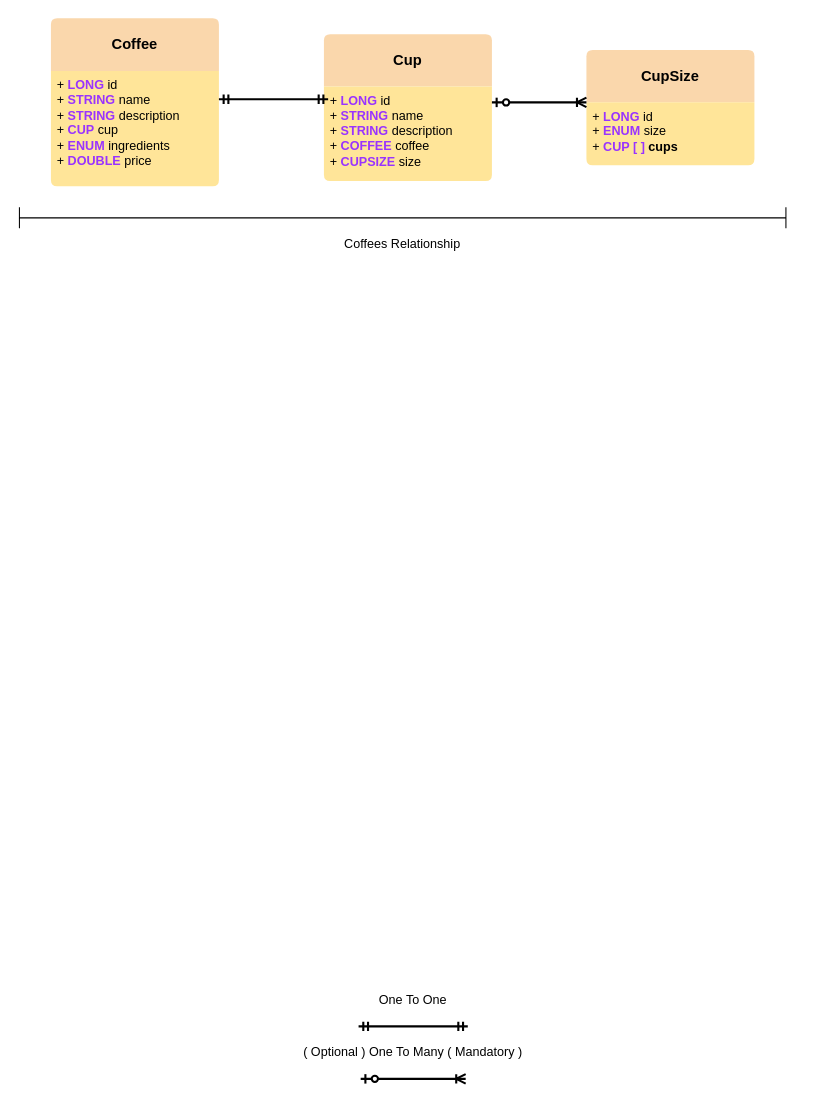
Earlier version of the draw.io diagram coffee-api-diagram.drawio (SavioHaistem/Coffee-api). Source tidied: cells renumbered, new cells numbered last; positions are measured from the earlier drawing's top-left corner, leaving out a move shared by most shapes. Both pictures are drawn from the tidied source at 105%, with x=0, y=0 at pixel (19, -161).
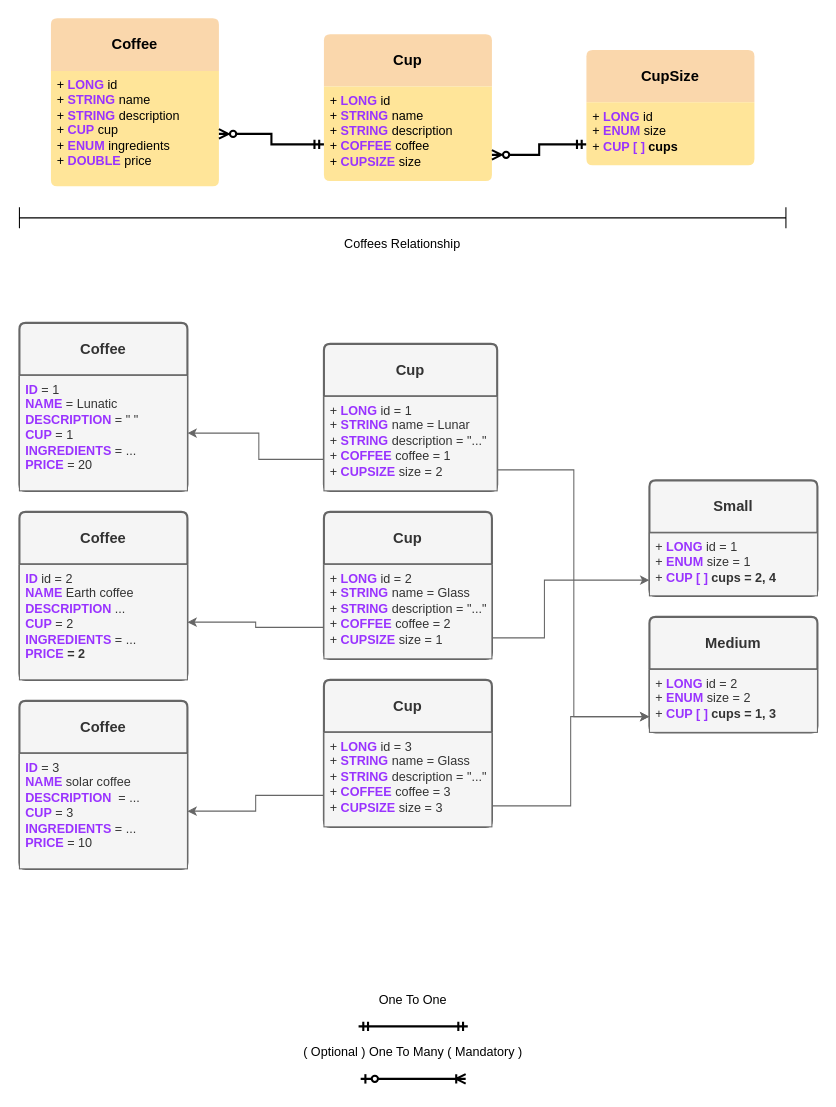
The same diagram, later.

Commit message:
refactor: diagram relationship

Unchanged cells that the change refers to:
```xml
<mxCell id="3" value="+ &lt;b&gt;&lt;font color=&quot;#9933ff&quot;&gt;LONG&lt;/font&gt;&lt;/b&gt; id&lt;div&gt;+ &lt;b&gt;&lt;font color=&quot;#9933ff&quot;&gt;STRING&lt;/font&gt;&lt;/b&gt; name&lt;/div&gt;&lt;div&gt;+ &lt;b&gt;&lt;font color=&quot;#9933ff&quot;&gt;STRING&lt;/font&gt;&lt;/b&gt; description&lt;br&gt;+ &lt;font color=&quot;#9933ff&quot;&gt;&lt;b&gt;CUP&lt;/b&gt;&lt;/font&gt; cup&lt;br&gt;+ &lt;b&gt;&lt;font color=&quot;#9933ff&quot;&gt;ENUM&lt;/font&gt;&lt;/b&gt; ingredients&lt;div&gt;+ &lt;b&gt;&lt;font color=&quot;#9933ff&quot;&gt;DOUBLE&lt;/font&gt;&lt;/b&gt; price&lt;/div&gt;&lt;/div&gt;" style="align=left;strokeColor=none;fillColor=none;spacingLeft=4;fontSize=12;verticalAlign=top;html=1;" parent="2" vertex="1">
  <mxGeometry y="50" width="160" height="110" as="geometry" />
</mxCell>
<mxCell id="5" value="+ &lt;b&gt;&lt;font color=&quot;#9933ff&quot;&gt;LONG&lt;/font&gt;&lt;/b&gt; id&lt;div&gt;+ &lt;b&gt;&lt;font color=&quot;#9933ff&quot;&gt;STRING&lt;/font&gt;&lt;/b&gt; name&lt;/div&gt;&lt;div&gt;+ &lt;b&gt;&lt;font color=&quot;#9933ff&quot;&gt;STRING&lt;/font&gt;&lt;/b&gt; description&lt;br&gt;+ &lt;font color=&quot;#9933ff&quot;&gt;&lt;b&gt;COFFEE&lt;/b&gt;&lt;/font&gt;&amp;nbsp;coffee&lt;br&gt;+ &lt;font color=&quot;#9933ff&quot;&gt;&lt;b&gt;CUPSIZE&lt;/b&gt;&lt;/font&gt;&amp;nbsp;size&lt;/div&gt;" style="align=left;strokeColor=none;fillColor=none;spacingLeft=4;fontSize=12;verticalAlign=top;html=1;" parent="4" vertex="1">
  <mxGeometry y="50" width="160" height="90" as="geometry" />
</mxCell>
<mxCell id="6" value="&lt;b&gt;CupSize&lt;/b&gt;" style="swimlane;horizontal=1;startSize=50;rounded=1;fontSize=14;fontStyle=0;strokeWidth=2;shadow=0;dashed=0;align=center;arcSize=4;whiteSpace=wrap;html=1;fillColor=#fad7ac;strokeColor=none;gradientColor=none;swimlaneFillColor=#FFE599;" parent="1" vertex="1">
  <mxGeometry x="540" y="200" width="160" height="110" as="geometry" />
</mxCell>
<mxCell id="7" value="+ &lt;b&gt;&lt;font color=&quot;#9933ff&quot;&gt;LONG&lt;/font&gt;&lt;/b&gt; id&lt;div&gt;+ &lt;b&gt;&lt;font color=&quot;#9933ff&quot;&gt;ENUM&lt;/font&gt;&lt;/b&gt;&amp;nbsp;size&lt;/div&gt;&lt;div&gt;+ &lt;b&gt;&lt;font color=&quot;#9933ff&quot;&gt;CUP [ ]&lt;/font&gt; cups&lt;/b&gt;&lt;/div&gt;" style="align=left;strokeColor=none;fillColor=none;spacingLeft=4;fontSize=12;verticalAlign=top;html=1;" parent="6" vertex="1">
  <mxGeometry y="50" width="160" height="60" as="geometry" />
</mxCell>
```

Change to the diagram source:
```diff
@@
+    <mxCell id="16" style="edgeStyle=orthogonalEdgeStyle;rounded=0;jettySize=auto;html=1;strokeWidth=2;endArrow=ERzeroToMany;endFill=0;startArrow=ERmandOne;startFill=0;" parent="1" edge="1" source="6" target="5">
+      <mxGeometry relative="1" as="geometry">
+        <Array as="points">
+          <mxPoint x="495" y="290" />
+          <mxPoint x="495" y="300" />
+        </Array>
+      </mxGeometry>
+    </mxCell>
@@
-    <mxCell id="8" style="edgeStyle=entityRelationEdgeStyle;fontSize=12;html=1;endArrow=ERoneToMany;startArrow=ERzeroToOne;rounded=0;exitX=1;exitY=0.167;exitDx=0;exitDy=0;entryX=0;entryY=0;entryDx=0;entryDy=0;strokeWidth=2;exitPerimeter=0;" parent="1" edge="1" source="5" target="7">
-      <mxGeometry relative="1" as="geometry">
-        <Array as="points">
-          <mxPoint x="410" y="230" />
-          <mxPoint x="500" y="300" />
-          <mxPoint x="520" y="270" />
-          <mxPoint x="500" y="260" />
-        </Array>
-      </mxGeometry>
-    </mxCell>
@@
-    <mxCell id="11" style="edgeStyle=entityRelationEdgeStyle;fontSize=12;html=1;endArrow=ERmandOne;startArrow=ERmandOne;rounded=0;strokeWidth=2;entryX=0.025;entryY=0.133;entryDx=0;entryDy=0;entryPerimeter=0;" parent="1" edge="1" target="5">
-      <mxGeometry relative="1" as="geometry">
-        <mxPoint x="190" y="247" as="sourcePoint" />
-        <Array as="points">
-          <mxPoint x="220" y="-0.5" />
-        </Array>
-      </mxGeometry>
-    </mxCell>
@@
+    <mxCell id="17" value="&lt;b&gt;Medium&lt;/b&gt;" style="swimlane;horizontal=1;startSize=50;rounded=1;fontSize=14;fontStyle=0;strokeWidth=2;shadow=0;dashed=0;align=center;arcSize=4;whiteSpace=wrap;html=1;fillColor=#f5f5f5;strokeColor=#666666;swimlaneFillColor=#FFE599;fontColor=#333333;" parent="1" vertex="1">
+      <mxGeometry x="600" y="740" width="160" height="110" as="geometry" />
+    </mxCell>
+    <mxCell id="18" value="+ &lt;b&gt;&lt;font color=&quot;#9933ff&quot;&gt;LONG&lt;/font&gt;&lt;/b&gt;&amp;nbsp;id = 2&lt;div&gt;+ &lt;b&gt;&lt;font color=&quot;#9933ff&quot;&gt;ENUM&lt;/font&gt;&lt;/b&gt;&amp;nbsp;size = 2&lt;/div&gt;&lt;div&gt;+ &lt;b&gt;&lt;font color=&quot;#9933ff&quot;&gt;CUP [ ]&lt;/font&gt; cups = 1, 3&lt;/b&gt;&lt;/div&gt;" style="align=left;strokeColor=#666666;fillColor=#f5f5f5;spacingLeft=4;fontSize=12;verticalAlign=top;html=1;fontColor=#333333;" parent="17" vertex="1">
+      <mxGeometry y="50" width="160" height="60" as="geometry" />
+    </mxCell>
+    <mxCell id="19" style="edgeStyle=orthogonalEdgeStyle;rounded=0;jettySize=auto;html=1;strokeWidth=2;startArrow=ERmandOne;startFill=0;endArrow=ERzeroToMany;endFill=0;" parent="1" edge="1" source="5" target="3">
+      <mxGeometry relative="1" as="geometry">
+        <Array as="points">
+          <mxPoint x="240" y="290" />
+          <mxPoint x="240" y="280" />
+        </Array>
+      </mxGeometry>
+    </mxCell>
+    <mxCell id="20" style="edgeStyle=orthogonalEdgeStyle;rounded=0;jettySize=auto;html=1;entryX=0;entryY=0.75;entryDx=0;entryDy=0;fillColor=#f5f5f5;strokeColor=#666666;" parent="1" edge="1" source="22" target="18">
+      <mxGeometry relative="1" as="geometry">
+        <Array as="points">
+          <mxPoint x="528" y="600" />
+          <mxPoint x="528" y="835" />
+        </Array>
+      </mxGeometry>
+    </mxCell>
+    <mxCell id="21" style="edgeStyle=orthogonalEdgeStyle;rounded=0;jettySize=auto;html=1;fillColor=#f5f5f5;strokeColor=#666666;" parent="1" edge="1" source="22" target="34">
+      <mxGeometry relative="1" as="geometry">
+        <Array as="points">
+          <mxPoint x="228" y="590" />
+          <mxPoint x="228" y="565" />
+        </Array>
+      </mxGeometry>
+    </mxCell>
+    <mxCell id="22" value="&lt;b&gt;Cup&lt;/b&gt;" style="swimlane;horizontal=1;startSize=50;rounded=1;fontSize=14;fontStyle=0;strokeWidth=2;shadow=0;dashed=0;align=center;arcSize=4;whiteSpace=wrap;html=1;fillColor=#f5f5f5;strokeColor=#666666;swimlaneFillColor=#FFE599;fontColor=#333333;" parent="1" vertex="1">
+      <mxGeometry x="290" y="480" width="165" height="140" as="geometry" />
+    </mxCell>
+    <mxCell id="23" value="+ &lt;b&gt;&lt;font color=&quot;#9933ff&quot;&gt;LONG&lt;/font&gt;&lt;/b&gt; id = 1&lt;div&gt;+ &lt;b&gt;&lt;font color=&quot;#9933ff&quot;&gt;STRING&lt;/font&gt;&lt;/b&gt; name = Lunar&lt;/div&gt;&lt;div&gt;+ &lt;b&gt;&lt;font color=&quot;#9933ff&quot;&gt;STRING&lt;/font&gt;&lt;/b&gt; description = &quot;...&quot;&lt;br&gt;+ &lt;font color=&quot;#9933ff&quot;&gt;&lt;b&gt;COFFEE&lt;/b&gt;&lt;/font&gt;&amp;nbsp;coffee = 1&lt;br&gt;+ &lt;font color=&quot;#9933ff&quot;&gt;&lt;b&gt;CUPSIZE&lt;/b&gt;&lt;/font&gt;&amp;nbsp;size = 2&lt;/div&gt;" style="align=left;strokeColor=#666666;fillColor=#f5f5f5;spacingLeft=4;fontSize=12;verticalAlign=top;html=1;fontColor=#333333;" parent="22" vertex="1">
+      <mxGeometry y="50" width="165" height="90" as="geometry" />
+    </mxCell>
+    <mxCell id="24" style="edgeStyle=orthogonalEdgeStyle;rounded=0;jettySize=auto;html=1;entryX=0;entryY=0.75;entryDx=0;entryDy=0;fillColor=#f5f5f5;strokeColor=#666666;" parent="1" edge="1" source="25" target="28">
+      <mxGeometry relative="1" as="geometry">
+        <Array as="points">
+          <mxPoint x="500" y="760" />
+          <mxPoint x="500" y="705" />
+        </Array>
+      </mxGeometry>
+    </mxCell>
+    <mxCell id="25" value="&lt;b&gt;Cup&lt;/b&gt;" style="swimlane;horizontal=1;startSize=50;rounded=1;fontSize=14;fontStyle=0;strokeWidth=2;shadow=0;dashed=0;align=center;arcSize=4;whiteSpace=wrap;html=1;fillColor=#f5f5f5;strokeColor=#666666;swimlaneFillColor=#FFE599;fontColor=#333333;" parent="1" vertex="1">
+      <mxGeometry x="290" y="640" width="160" height="140" as="geometry" />
+    </mxCell>
+    <mxCell id="26" value="+ &lt;b&gt;&lt;font color=&quot;#9933ff&quot;&gt;LONG&lt;/font&gt;&lt;/b&gt; id = 2&lt;div&gt;+ &lt;b&gt;&lt;font color=&quot;#9933ff&quot;&gt;STRING&lt;/font&gt;&lt;/b&gt; name = Glass&lt;/div&gt;&lt;div&gt;+ &lt;b&gt;&lt;font color=&quot;#9933ff&quot;&gt;STRING&lt;/font&gt;&lt;/b&gt; description = &quot;...&quot;&lt;br&gt;+ &lt;font color=&quot;#9933ff&quot;&gt;&lt;b&gt;COFFEE&lt;/b&gt;&lt;/font&gt;&amp;nbsp;coffee = 2&lt;br&gt;+ &lt;font color=&quot;#9933ff&quot;&gt;&lt;b&gt;CUPSIZE&lt;/b&gt;&lt;/font&gt;&amp;nbsp;size = 1&lt;/div&gt;" style="align=left;strokeColor=#666666;fillColor=#f5f5f5;spacingLeft=4;fontSize=12;verticalAlign=top;html=1;fontColor=#333333;" parent="25" vertex="1">
+      <mxGeometry y="50" width="160" height="90" as="geometry" />
+    </mxCell>
+    <mxCell id="27" value="&lt;b&gt;Small&lt;/b&gt;" style="swimlane;horizontal=1;startSize=50;rounded=1;fontSize=14;fontStyle=0;strokeWidth=2;shadow=0;dashed=0;align=center;arcSize=4;whiteSpace=wrap;html=1;fillColor=#f5f5f5;strokeColor=#666666;swimlaneFillColor=#FFE599;fontColor=#333333;" parent="1" vertex="1">
+      <mxGeometry x="600" y="610" width="160" height="110" as="geometry" />
+    </mxCell>
+    <mxCell id="28" value="+ &lt;b&gt;&lt;font color=&quot;#9933ff&quot;&gt;LONG&lt;/font&gt;&lt;/b&gt;&amp;nbsp;id = 1&lt;div&gt;+ &lt;b&gt;&lt;font color=&quot;#9933ff&quot;&gt;ENUM&lt;/font&gt;&lt;/b&gt;&amp;nbsp;size = 1&lt;/div&gt;&lt;div&gt;+ &lt;b&gt;&lt;font color=&quot;#9933ff&quot;&gt;CUP [ ]&lt;/font&gt; cups = 2, 4&lt;/b&gt;&lt;/div&gt;" style="align=left;strokeColor=#666666;fillColor=#f5f5f5;spacingLeft=4;fontSize=12;verticalAlign=top;html=1;fontColor=#333333;" parent="27" vertex="1">
+      <mxGeometry y="50" width="160" height="60" as="geometry" />
+    </mxCell>
+    <mxCell id="29" style="edgeStyle=orthogonalEdgeStyle;rounded=0;jettySize=auto;html=1;entryX=0;entryY=0.75;entryDx=0;entryDy=0;fillColor=#f5f5f5;strokeColor=#666666;" parent="1" edge="1" source="31" target="18">
+      <mxGeometry relative="1" as="geometry">
+        <Array as="points">
+          <mxPoint x="525" y="920" />
+          <mxPoint x="525" y="835" />
+        </Array>
+      </mxGeometry>
+    </mxCell>
+    <mxCell id="30" style="edgeStyle=orthogonalEdgeStyle;rounded=0;jettySize=auto;html=1;fillColor=#f5f5f5;strokeColor=#666666;" parent="1" edge="1" source="31" target="38">
+      <mxGeometry relative="1" as="geometry">
+        <Array as="points">
+          <mxPoint x="225" y="910" />
+          <mxPoint x="225" y="925" />
+        </Array>
+      </mxGeometry>
+    </mxCell>
+    <mxCell id="31" value="&lt;b&gt;Cup&lt;/b&gt;" style="swimlane;horizontal=1;startSize=50;rounded=1;fontSize=14;fontStyle=0;strokeWidth=2;shadow=0;dashed=0;align=center;arcSize=4;whiteSpace=wrap;html=1;fillColor=#f5f5f5;strokeColor=#666666;swimlaneFillColor=#FFE599;fontColor=#333333;" parent="1" vertex="1">
+      <mxGeometry x="290" y="800" width="160" height="140" as="geometry" />
+    </mxCell>
+    <mxCell id="32" value="+ &lt;b&gt;&lt;font color=&quot;#9933ff&quot;&gt;LONG&lt;/font&gt;&lt;/b&gt; id = 3&lt;div&gt;+ &lt;b&gt;&lt;font color=&quot;#9933ff&quot;&gt;STRING&lt;/font&gt;&lt;/b&gt; name = Glass&lt;/div&gt;&lt;div&gt;+ &lt;b&gt;&lt;font color=&quot;#9933ff&quot;&gt;STRING&lt;/font&gt;&lt;/b&gt; description = &quot;...&quot;&lt;br&gt;+ &lt;font color=&quot;#9933ff&quot;&gt;&lt;b&gt;COFFEE&lt;/b&gt;&lt;/font&gt;&amp;nbsp;coffee = 3&lt;br&gt;+ &lt;font color=&quot;#9933ff&quot;&gt;&lt;b&gt;CUPSIZE&lt;/b&gt;&lt;/font&gt;&amp;nbsp;size = 3&lt;/div&gt;" style="align=left;strokeColor=#666666;fillColor=#f5f5f5;spacingLeft=4;fontSize=12;verticalAlign=top;html=1;fontColor=#333333;" parent="31" vertex="1">
+      <mxGeometry y="50" width="160" height="90" as="geometry" />
+    </mxCell>
+    <mxCell id="33" value="&lt;b&gt;Coffee&lt;/b&gt;" style="swimlane;horizontal=1;startSize=50;rounded=1;fontSize=14;fontStyle=0;strokeWidth=2;shadow=0;dashed=0;align=center;arcSize=4;whiteSpace=wrap;html=1;fillColor=#f5f5f5;strokeColor=#666666;swimlaneFillColor=#FFE599;fontColor=#333333;" parent="1" vertex="1">
+      <mxGeometry y="460" width="160" height="160" as="geometry" />
+    </mxCell>
+    <mxCell id="34" value="&lt;font color=&quot;#9933ff&quot;&gt;&lt;b&gt;ID&lt;/b&gt;&lt;/font&gt;&amp;nbsp;= 1&lt;div&gt;&lt;b&gt;&lt;font color=&quot;#9933ff&quot;&gt;NAME&lt;/font&gt;&lt;/b&gt;&amp;nbsp;= Lunatic&lt;/div&gt;&lt;div&gt;&lt;b&gt;&lt;font color=&quot;#9933ff&quot;&gt;DESCRIPTION&lt;/font&gt;&lt;/b&gt;&amp;nbsp;= &quot; &quot;&lt;br&gt;&lt;font color=&quot;#9933ff&quot;&gt;&lt;b&gt;CUP&lt;/b&gt;&lt;/font&gt;&amp;nbsp;= 1&lt;br&gt;&lt;b&gt;&lt;font color=&quot;#9933ff&quot;&gt;INGREDIENTS&lt;/font&gt;&lt;/b&gt;&amp;nbsp;= ...&lt;div&gt;&lt;b&gt;&lt;font color=&quot;#9933ff&quot;&gt;PRICE&lt;/font&gt;&lt;/b&gt;&amp;nbsp;= 20&lt;/div&gt;&lt;/div&gt;" style="align=left;strokeColor=#666666;fillColor=#f5f5f5;spacingLeft=4;fontSize=12;verticalAlign=top;html=1;fontColor=#333333;" parent="33" vertex="1">
+      <mxGeometry y="50" width="160" height="110" as="geometry" />
+    </mxCell>
+    <mxCell id="35" value="&lt;b&gt;Coffee&lt;/b&gt;" style="swimlane;horizontal=1;startSize=50;rounded=1;fontSize=14;fontStyle=0;strokeWidth=2;shadow=0;dashed=0;align=center;arcSize=4;whiteSpace=wrap;html=1;fillColor=#f5f5f5;strokeColor=#666666;swimlaneFillColor=#FFE599;fontColor=#333333;" parent="1" vertex="1">
+      <mxGeometry y="640" width="160" height="160" as="geometry" />
+    </mxCell>
+    <mxCell id="36" value="&lt;b&gt;&lt;font color=&quot;#9933ff&quot;&gt;ID&lt;/font&gt;&lt;/b&gt; id = 2&lt;div&gt;&lt;b&gt;&lt;font color=&quot;#9933ff&quot;&gt;NAME&lt;/font&gt;&lt;/b&gt;&amp;nbsp;Earth coffee&lt;/div&gt;&lt;div&gt;&lt;b&gt;&lt;font color=&quot;#9933ff&quot;&gt;DESCRIPTION&lt;/font&gt;&lt;/b&gt; ...&lt;br&gt;&lt;font color=&quot;#9933ff&quot;&gt;&lt;b&gt;CUP&lt;/b&gt;&lt;/font&gt;&amp;nbsp;= 2&lt;br&gt;&lt;b&gt;&lt;font color=&quot;#9933ff&quot;&gt;INGREDIENTS&lt;/font&gt;&lt;/b&gt;&amp;nbsp;= ...&lt;div&gt;&lt;b&gt;&lt;font color=&quot;#9933ff&quot;&gt;PRICE&lt;/font&gt;&amp;nbsp;= 2&lt;/b&gt;&lt;/div&gt;&lt;/div&gt;" style="align=left;strokeColor=#666666;fillColor=#f5f5f5;spacingLeft=4;fontSize=12;verticalAlign=top;html=1;fontColor=#333333;" parent="35" vertex="1">
+      <mxGeometry y="50" width="160" height="110" as="geometry" />
+    </mxCell>
+    <mxCell id="37" value="&lt;b&gt;Coffee&lt;/b&gt;" style="swimlane;horizontal=1;startSize=50;rounded=1;fontSize=14;fontStyle=0;strokeWidth=2;shadow=0;dashed=0;align=center;arcSize=4;whiteSpace=wrap;html=1;fillColor=#f5f5f5;strokeColor=#666666;swimlaneFillColor=#FFE599;fontColor=#333333;" parent="1" vertex="1">
+      <mxGeometry y="820" width="160" height="160" as="geometry" />
+    </mxCell>
+    <mxCell id="38" value="&lt;b&gt;&lt;font color=&quot;#9933ff&quot;&gt;ID&lt;/font&gt;&lt;/b&gt;&amp;nbsp;= 3&lt;div&gt;&lt;b&gt;&lt;font color=&quot;#9933ff&quot;&gt;NAME&lt;/font&gt;&lt;/b&gt;&amp;nbsp;solar coffee&lt;/div&gt;&lt;div&gt;&lt;b&gt;&lt;font color=&quot;#9933ff&quot;&gt;DESCRIPTION&lt;/font&gt;&lt;/b&gt;&amp;nbsp; = ...&lt;br&gt;&lt;font color=&quot;#9933ff&quot;&gt;&lt;b&gt;CUP&lt;/b&gt;&lt;/font&gt;&amp;nbsp;= 3&lt;br&gt;&lt;b&gt;&lt;font color=&quot;#9933ff&quot;&gt;INGREDIENTS&lt;/font&gt;&lt;/b&gt;&amp;nbsp;= ...&lt;div&gt;&lt;b&gt;&lt;font color=&quot;#9933ff&quot;&gt;PRICE&lt;/font&gt;&lt;/b&gt;&amp;nbsp;= 10&lt;/div&gt;&lt;/div&gt;" style="align=left;strokeColor=#666666;fillColor=#f5f5f5;spacingLeft=4;fontSize=12;verticalAlign=top;html=1;fontColor=#333333;" parent="37" vertex="1">
+      <mxGeometry y="50" width="160" height="110" as="geometry" />
+    </mxCell>
+    <mxCell id="39" style="edgeStyle=orthogonalEdgeStyle;rounded=0;jettySize=auto;html=1;fillColor=#f5f5f5;strokeColor=#666666;" parent="1" edge="1" source="26" target="36">
+      <mxGeometry relative="1" as="geometry">
+        <Array as="points">
+          <mxPoint x="225" y="750" />
+          <mxPoint x="225" y="745" />
+        </Array>
+      </mxGeometry>
+    </mxCell>
```
